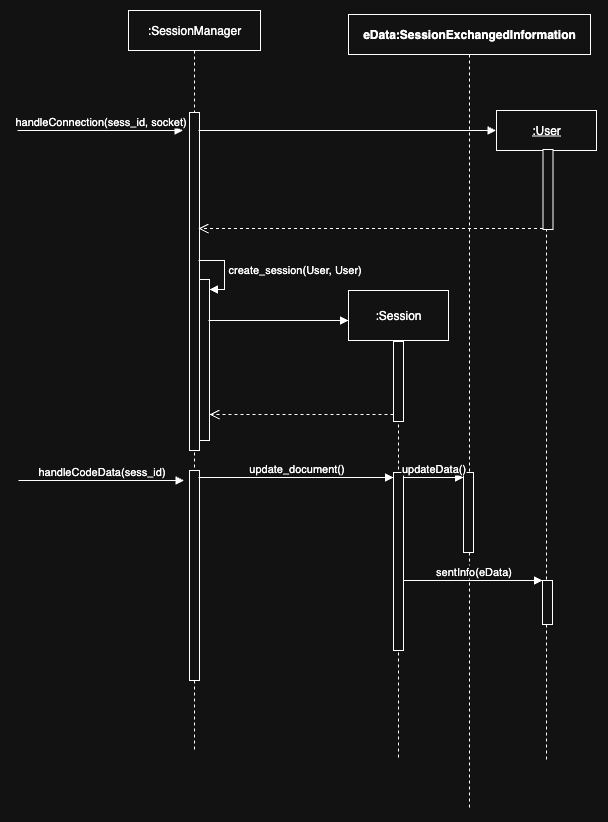
Earlier version of the draw.io export backend/services/collaboration_service/docs/diagrams/sess_seq_diagram_v0.1.png (CS3219-AY2526Sem1/cs3219-ay2526s1-project-g04). Source tidied: cells renumbered, new cells last; positions are measured from the earlier drawing's top-left corner, leaving out a move shared by most shapes.
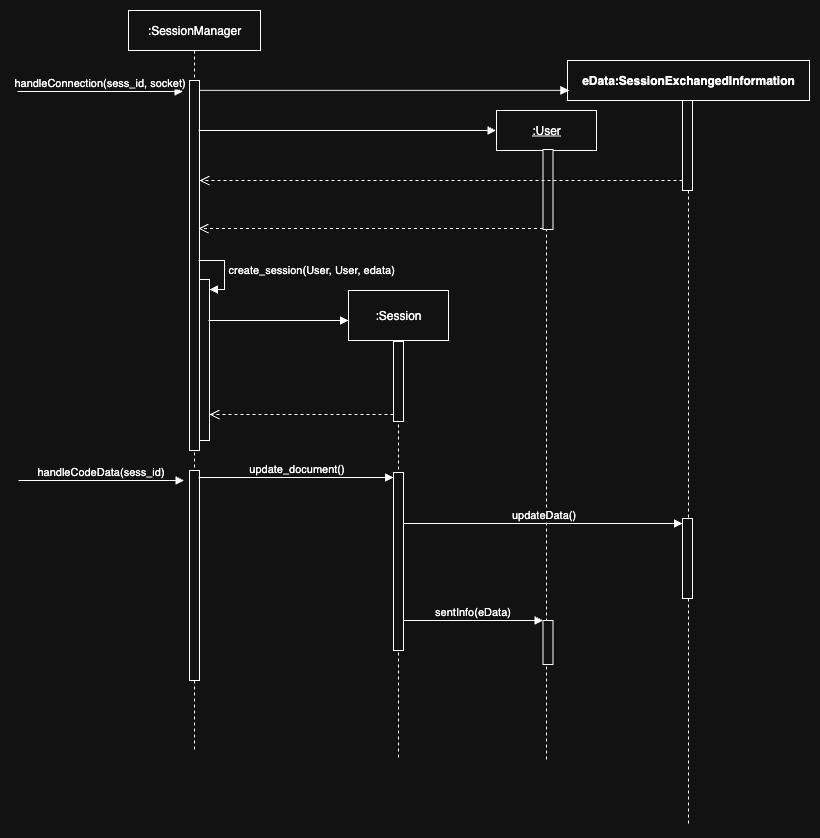
The same file after the commit.

Commit message:
Update UML diagram

Change to the diagram source:
```diff
@@ -6,12 +6,12 @@
       <mxGeometry x="111" width="132" height="740" as="geometry" />
     </mxCell>
     <mxCell id="3" style="html=1;points=[[0,0,0,0,5],[0,1,0,0,-5],[1,0,0,0,5],[1,1,0,0,-5]];perimeter=orthogonalPerimeter;outlineConnect=0;targetShapes=umlLifeline;portConstraint=eastwest;newEdgeStyle={&quot;curved&quot;:0,&quot;rounded&quot;:0};" parent="2" vertex="1">
-      <mxGeometry x="61" y="102" width="10" height="338" as="geometry" />
+      <mxGeometry x="61" y="70" width="10" height="370" as="geometry" />
     </mxCell>
     <mxCell id="4" style="html=1;points=[[0,0,0,0,5],[0,1,0,0,-5],[1,0,0,0,5],[1,1,0,0,-5]];perimeter=orthogonalPerimeter;outlineConnect=0;targetShapes=umlLifeline;portConstraint=eastwest;newEdgeStyle={&quot;curved&quot;:0,&quot;rounded&quot;:0};" parent="2" vertex="1">
       <mxGeometry x="71" y="269" width="10" height="161" as="geometry" />
     </mxCell>
-    <mxCell id="5" value="create_session(User, User)" style="html=1;align=left;spacingLeft=2;endArrow=block;rounded=0;edgeStyle=orthogonalEdgeStyle;curved=0;rounded=0;" parent="2" edge="1" target="4">
+    <mxCell id="5" value="create_session(User, User, edata)" style="html=1;align=left;spacingLeft=2;endArrow=block;rounded=0;edgeStyle=orthogonalEdgeStyle;curved=0;rounded=0;" parent="2" edge="1" target="4">
       <mxGeometry x="-0.01" relative="1" as="geometry">
         <mxPoint x="70" y="250" as="sourcePoint" />
         <Array as="points">
@@ -59,6 +59,9 @@
     <mxCell id="15" style="html=1;perimeter=orthogonalPerimeter;targetShapes=umlLifeline;newEdgeStyle={&quot;curved&quot;:0,&quot;rounded&quot;:0};" parent="13" vertex="1">
       <mxGeometry x="46.5" y="39" width="10" height="80" as="geometry" />
     </mxCell>
+    <mxCell id="20" style="html=1;points=[[0,0,0,0,5],[0,1,0,0,-5],[1,0,0,0,5],[1,1,0,0,-5]];perimeter=orthogonalPerimeter;outlineConnect=0;targetShapes=umlLifeline;portConstraint=eastwest;newEdgeStyle={&quot;curved&quot;:0,&quot;rounded&quot;:0};" parent="13" vertex="1">
+      <mxGeometry x="46.5" y="510" width="10" height="44" as="geometry" />
+    </mxCell>
     <mxCell id="16" style="html=1;verticalAlign=bottom;endArrow=block;curved=0;rounded=0;entryX=0;entryY=0;entryDx=0;entryDy=5;" parent="1" edge="1">
       <mxGeometry relative="1" as="geometry">
         <mxPoint x="181" y="120" as="sourcePoint" />
@@ -67,19 +70,19 @@
     </mxCell>
     <mxCell id="17" value="handleConnection(sess_id, socket)" style="html=1;verticalAlign=bottom;endArrow=block;curved=0;rounded=0;" parent="1" edge="1">
       <mxGeometry relative="1" as="geometry">
-        <mxPoint y="120" as="sourcePoint" />
-        <mxPoint x="165.5" y="120" as="targetPoint" />
+        <mxPoint y="81" as="sourcePoint" />
+        <mxPoint x="165.5" y="81" as="targetPoint" />
       </mxGeometry>
     </mxCell>
     <mxCell id="18" value="&lt;span style=&quot;font-weight: 700;&quot;&gt;eData:SessionExchangedInformation&lt;/span&gt;" style="shape=umlLifeline;perimeter=lifelinePerimeter;whiteSpace=wrap;html=1;outlineConnect=0;portConstraint=eastwest;newEdgeStyle={&quot;curved&quot;:0,&quot;rounded&quot;:0};" parent="1" vertex="1">
-      <mxGeometry x="331" y="4" width="242" height="796" as="geometry" />
+      <mxGeometry x="550" y="50" width="242" height="766" as="geometry" />
     </mxCell>
     <mxCell id="19" style="html=1;points=[[0,0,0,0,5],[0,1,0,0,-5],[1,0,0,0,5],[1,1,0,0,-5]];perimeter=orthogonalPerimeter;outlineConnect=0;targetShapes=umlLifeline;portConstraint=eastwest;newEdgeStyle={&quot;curved&quot;:0,&quot;rounded&quot;:0};" parent="18" vertex="1">
       <mxGeometry x="115" y="458" width="10" height="80" as="geometry" />
     </mxCell>
-    <mxCell id="20" style="html=1;points=[[0,0,0,0,5],[0,1,0,0,-5],[1,0,0,0,5],[1,1,0,0,-5]];perimeter=orthogonalPerimeter;outlineConnect=0;targetShapes=umlLifeline;portConstraint=eastwest;newEdgeStyle={&quot;curved&quot;:0,&quot;rounded&quot;:0};" parent="18" vertex="1">
-      <mxGeometry x="194" y="566" width="10" height="44" as="geometry" />
-    </mxCell>
+    <mxCell id="24" style="html=1;perimeter=orthogonalPerimeter;targetShapes=umlLifeline;newEdgeStyle={&quot;curved&quot;:0,&quot;rounded&quot;:0};" parent="18" vertex="1">
+      <mxGeometry x="115" y="40" width="10" height="90" as="geometry" />
+    </mxCell>
     <mxCell id="21" value="sentInfo(eData)" style="html=1;verticalAlign=bottom;endArrow=block;curved=0;rounded=0;" parent="1" edge="1" source="9" target="20">
       <mxGeometry relative="1" as="geometry" />
     </mxCell>
@@ -92,5 +95,13 @@
     <mxCell id="23" value="updateData()" style="html=1;verticalAlign=bottom;endArrow=block;curved=0;rounded=0;entryX=0;entryY=0;entryDx=0;entryDy=5;" parent="1" edge="1" source="9" target="19">
       <mxGeometry relative="1" as="geometry" />
     </mxCell>
+    <mxCell id="25" style="html=1;verticalAlign=bottom;endArrow=block;curved=0;rounded=0;entryX=0.006;entryY=0.039;entryDx=0;entryDy=0;entryPerimeter=0;" parent="1" edge="1" source="3" target="18">
+      <mxGeometry relative="1" as="geometry" />
+    </mxCell>
+    <mxCell id="26" style="html=1;verticalAlign=bottom;endArrow=open;dashed=1;endSize=8;curved=0;rounded=0;" parent="1" edge="1" target="3">
+      <mxGeometry relative="1" as="geometry">
+        <mxPoint x="665" y="170" as="sourcePoint" />
+      </mxGeometry>
+    </mxCell>
   </root>
 </mxGraphModel>
```
